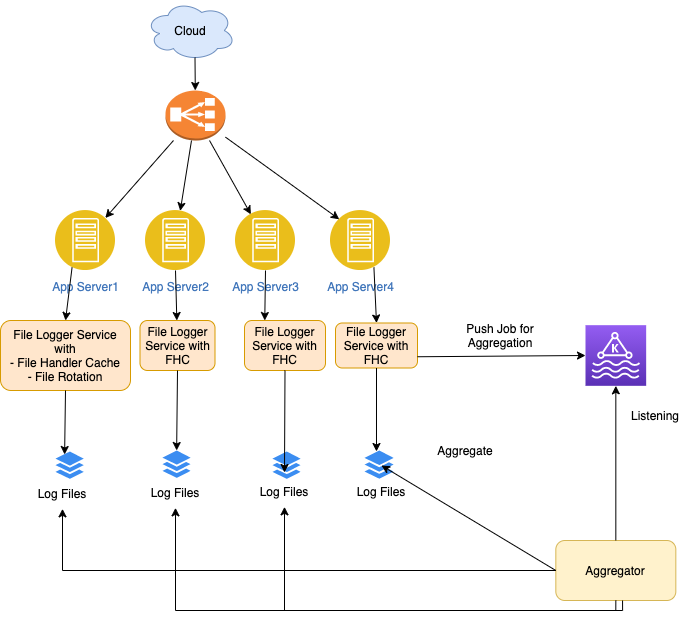
Anshul619/HLD-System-Designs keeps this draw.io diagram as src/LoggingSolution/Logging-File-Aggregation.drawio.png. Above is the earlier version. Source tidied: cells renumbered, new cells last; positions are measured from the earlier drawing's top-left corner, leaving out a move shared by most shapes.
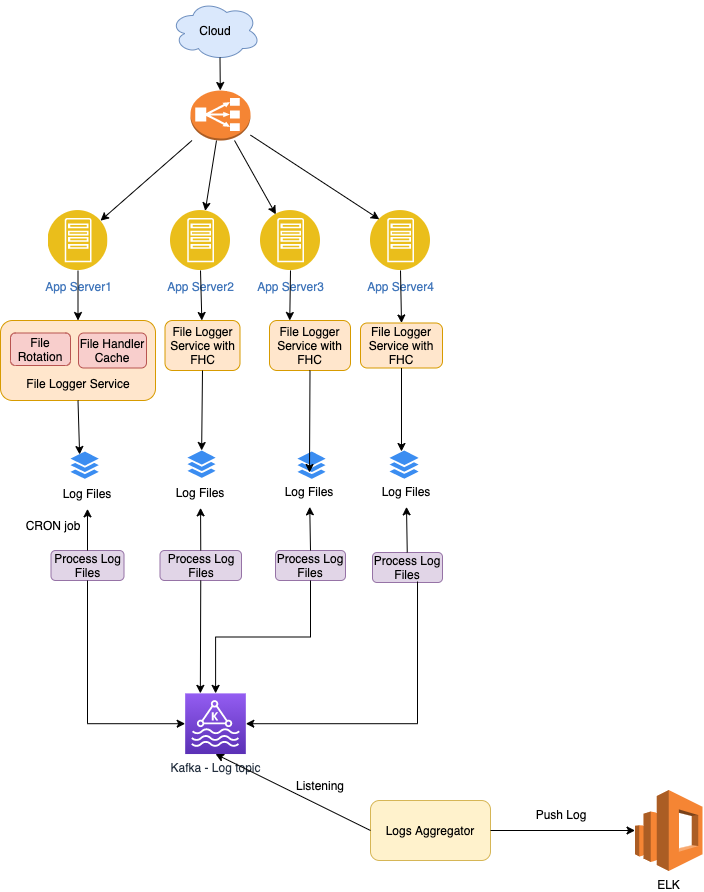
The same diagram one commit later.

Commit message:
Logging File Aggregation

What changed in the source:
```diff
@@ -3,7 +3,7 @@
     <mxCell id="0" />
     <mxCell id="1" parent="0" />
     <mxCell id="2" value="App Server1" style="perimeter=ellipsePerimeter;html=1;align=center;shadow=0;dashed=0;fontColor=#4277BB;labelBackgroundColor=#ffffff;fontSize=12;spacingTop=3;image;image=img/lib/ibm/applications/app_server.svg;" parent="1" vertex="1">
-      <mxGeometry x="55" y="210" width="60" height="60" as="geometry" />
+      <mxGeometry x="22.5" y="210" width="60" height="60" as="geometry" />
     </mxCell>
     <mxCell id="3" style="endArrow=classic;html=1;rounded=0;" parent="1" edge="1" source="10" target="2">
       <mxGeometry relative="1" as="geometry" />
@@ -15,7 +15,7 @@
       <mxGeometry x="235" y="210" width="60" height="60" as="geometry" />
     </mxCell>
     <mxCell id="6" value="App Server4" style="perimeter=ellipsePerimeter;html=1;align=center;shadow=0;dashed=0;fontColor=#4277BB;labelBackgroundColor=#ffffff;fontSize=12;spacingTop=3;image;image=img/lib/ibm/applications/app_server.svg;" parent="1" vertex="1">
-      <mxGeometry x="330" y="210" width="60" height="60" as="geometry" />
+      <mxGeometry x="345" y="210" width="60" height="60" as="geometry" />
     </mxCell>
     <mxCell id="7" style="endArrow=classic;html=1;rounded=0;" parent="1" edge="1" source="10" target="4">
       <mxGeometry relative="1" as="geometry" />
@@ -36,7 +36,7 @@
       <mxGeometry relative="1" as="geometry" />
     </mxCell>
     <mxCell id="13" style="sketch=0;html=1;strokeColor=none;shadow=0;align=center;verticalAlign=top;fillColor=#3B8DF1;shape=mxgraph.gcp2.files;" parent="1" vertex="1">
-      <mxGeometry x="55" y="451" width="28.2" height="27.3" as="geometry" />
+      <mxGeometry x="45" y="451" width="28.2" height="27.3" as="geometry" />
     </mxCell>
     <mxCell id="14" value="Log Files" style="text;html=1;strokeColor=none;fillColor=none;align=center;verticalAlign=middle;whiteSpace=wrap;rounded=0;" parent="1" vertex="1">
       <mxGeometry x="32" y="478.3" width="60" height="30" as="geometry" />
@@ -59,11 +59,11 @@
     <mxCell id="20" value="Log Files" style="text;html=1;strokeColor=none;fillColor=none;align=center;verticalAlign=middle;whiteSpace=wrap;rounded=0;" parent="1" vertex="1">
       <mxGeometry x="351" y="476.3" width="60" height="30" as="geometry" />
     </mxCell>
-    <mxCell id="21" style="sketch=0;points=[[0,0,0],[0.25,0,0],[0.5,0,0],[0.75,0,0],[1,0,0],[0,1,0],[0.25,1,0],[0.5,1,0],[0.75,1,0],[1,1,0],[0,0.25,0],[0,0.5,0],[0,0.75,0],[1,0.25,0],[1,0.5,0],[1,0.75,0]];outlineConnect=0;fontColor=#232F3E;gradientColor=#945DF2;gradientDirection=north;fillColor=#5A30B5;strokeColor=#ffffff;dashed=0;verticalLabelPosition=bottom;verticalAlign=top;align=center;html=1;fontSize=12;fontStyle=0;shape=mxgraph.aws4.resourceIcon;resIcon=mxgraph.aws4.managed_streaming_for_kafka;" parent="1" vertex="1">
-      <mxGeometry x="585" y="324.7" width="60.7" height="60.7" as="geometry" />
+    <mxCell id="21" value="Kafka - Log topic" style="sketch=0;points=[[0,0,0],[0.25,0,0],[0.5,0,0],[0.75,0,0],[1,0,0],[0,1,0],[0.25,1,0],[0.5,1,0],[0.75,1,0],[1,1,0],[0,0.25,0],[0,0.5,0],[0,0.75,0],[1,0.25,0],[1,0.5,0],[1,0.75,0]];outlineConnect=0;fontColor=#232F3E;gradientColor=#945DF2;gradientDirection=north;fillColor=#5A30B5;strokeColor=#ffffff;dashed=0;verticalLabelPosition=bottom;verticalAlign=top;align=center;html=1;fontSize=12;fontStyle=0;shape=mxgraph.aws4.resourceIcon;resIcon=mxgraph.aws4.managed_streaming_for_kafka;" parent="1" vertex="1">
+      <mxGeometry x="159.7" y="692.9" width="60.7" height="60.7" as="geometry" />
     </mxCell>
-    <mxCell id="22" value="File Logger Service with&lt;br&gt;- File Handler Cache&lt;br&gt;- File Rotation" style="rounded=1;whiteSpace=wrap;html=1;fillColor=#ffe6cc;strokeColor=#d79b00;" parent="1" vertex="1">
-      <mxGeometry y="320" width="130" height="70" as="geometry" />
+    <mxCell id="22" style="rounded=1;whiteSpace=wrap;html=1;fillColor=#ffe6cc;strokeColor=#d79b00;" parent="1" vertex="1">
+      <mxGeometry x="-25" y="320" width="155" height="80" as="geometry" />
     </mxCell>
     <mxCell id="23" value="File Logger Service with FHC" style="rounded=1;whiteSpace=wrap;html=1;fillColor=#ffe6cc;strokeColor=#d79b00;" parent="1" vertex="1">
       <mxGeometry x="139.5" y="320" width="75" height="50" as="geometry" />
@@ -74,7 +74,7 @@
     <mxCell id="25" value="File Logger Service with FHC" style="rounded=1;whiteSpace=wrap;html=1;fillColor=#ffe6cc;strokeColor=#d79b00;" parent="1" vertex="1">
       <mxGeometry x="335" y="322.5" width="82" height="45" as="geometry" />
     </mxCell>
-    <mxCell id="26" style="endArrow=classic;html=1;rounded=0;exitX=0.25;exitY=1;exitDx=0;exitDy=0;entryX=0.5;entryY=0;entryDx=0;entryDy=0;" parent="1" edge="1" source="2" target="22">
+    <mxCell id="26" style="endArrow=classic;html=1;rounded=0;entryX=0.5;entryY=0;entryDx=0;entryDy=0;" parent="1" edge="1" source="2" target="22">
       <mxGeometry relative="1" as="geometry" />
     </mxCell>
     <mxCell id="27" style="endArrow=classic;html=1;rounded=0;exitX=0.5;exitY=1;exitDx=0;exitDy=0;" parent="1" edge="1" source="4" target="23">
@@ -83,7 +83,7 @@
     <mxCell id="28" style="endArrow=classic;html=1;rounded=0;exitX=0.5;exitY=1;exitDx=0;exitDy=0;entryX=0.25;entryY=0;entryDx=0;entryDy=0;" parent="1" edge="1" source="5" target="24">
       <mxGeometry relative="1" as="geometry" />
     </mxCell>
-    <mxCell id="29" style="endArrow=classic;html=1;rounded=0;exitX=0.75;exitY=1;exitDx=0;exitDy=0;entryX=0.5;entryY=0;entryDx=0;entryDy=0;" parent="1" edge="1" source="6" target="25">
+    <mxCell id="29" style="endArrow=classic;html=1;rounded=0;exitX=0.5;exitY=1;exitDx=0;exitDy=0;entryX=0.5;entryY=0;entryDx=0;entryDy=0;" parent="1" edge="1" source="6" target="25">
       <mxGeometry relative="1" as="geometry" />
     </mxCell>
     <mxCell id="30" style="endArrow=classic;html=1;rounded=0;exitX=0.5;exitY=1;exitDx=0;exitDy=0;entryX=0.323;entryY=0.11;entryDx=0;entryDy=0;entryPerimeter=0;" parent="1" edge="1" source="22" target="13">
@@ -98,35 +98,71 @@
     <mxCell id="33" style="endArrow=classic;html=1;rounded=0;exitX=0.5;exitY=1;exitDx=0;exitDy=0;entryX=0.412;entryY=0.035;entryDx=0;entryDy=0;entryPerimeter=0;" parent="1" edge="1" source="25" target="19">
       <mxGeometry relative="1" as="geometry" />
     </mxCell>
-    <mxCell id="34" style="endArrow=classic;html=1;rounded=0;exitX=1;exitY=0.75;exitDx=0;exitDy=0;entryX=0;entryY=0.5;entryDx=0;entryDy=0;entryPerimeter=0;" parent="1" edge="1" source="25" target="21">
-      <mxGeometry relative="1" as="geometry" />
-    </mxCell>
-    <mxCell id="35" value="Push Job for Aggregation" style="text;html=1;strokeColor=none;fillColor=none;align=center;verticalAlign=middle;whiteSpace=wrap;rounded=0;" parent="1" vertex="1">
-      <mxGeometry x="455" y="310" width="90" height="50" as="geometry" />
-    </mxCell>
-    <mxCell id="36" value="Aggregator" style="rounded=1;whiteSpace=wrap;html=1;fillColor=#fff2cc;strokeColor=#d6b656;" parent="1" vertex="1">
-      <mxGeometry x="555.3" y="540" width="120" height="60" as="geometry" />
+    <mxCell id="36" value="Logs Aggregator" style="rounded=1;whiteSpace=wrap;html=1;fillColor=#fff2cc;strokeColor=#d6b656;" parent="1" vertex="1">
+      <mxGeometry x="345" y="800" width="120" height="60" as="geometry" />
     </mxCell>
+    <mxCell id="44" value="File Rotation" style="rounded=1;whiteSpace=wrap;html=1;fillColor=#f8cecc;strokeColor=#b85450;" parent="1" vertex="1">
+      <mxGeometry x="-15" y="332.5" width="60" height="32.5" as="geometry" />
+    </mxCell>
+    <mxCell id="45" value="File Handler Cache" style="rounded=1;whiteSpace=wrap;html=1;fillColor=#f8cecc;strokeColor=#b85450;" parent="1" vertex="1">
+      <mxGeometry x="53" y="332.5" width="68" height="35" as="geometry" />
+    </mxCell>
+    <mxCell id="46" value="File Logger Service" style="text;html=1;strokeColor=none;fillColor=none;align=center;verticalAlign=middle;whiteSpace=wrap;rounded=0;" parent="1" vertex="1">
+      <mxGeometry x="-2.5" y="367.5" width="110" height="30" as="geometry" />
+    </mxCell>
+    <mxCell id="47" value="Process Log Files" style="rounded=1;whiteSpace=wrap;html=1;fillColor=#e1d5e7;strokeColor=#9673a6;" parent="1" vertex="1">
+      <mxGeometry x="25.5" y="550" width="73" height="30" as="geometry" />
+    </mxCell>
+    <mxCell id="48" style="endArrow=classic;html=1;rounded=0;exitX=0.5;exitY=0;exitDx=0;exitDy=0;" parent="1" edge="1" source="47" target="14">
+      <mxGeometry relative="1" as="geometry" />
+    </mxCell>
+    <mxCell id="49" value="Process Log Files" style="rounded=1;whiteSpace=wrap;html=1;fillColor=#e1d5e7;strokeColor=#9673a6;" parent="1" vertex="1">
+      <mxGeometry x="134.5" y="550" width="81.5" height="30" as="geometry" />
+    </mxCell>
+    <mxCell id="50" value="Process Log Files" style="rounded=1;whiteSpace=wrap;html=1;fillColor=#e1d5e7;strokeColor=#9673a6;" parent="1" vertex="1">
+      <mxGeometry x="250" y="550" width="70" height="30" as="geometry" />
+    </mxCell>
+    <mxCell id="51" style="endArrow=classic;html=1;rounded=0;exitX=0.5;exitY=0;exitDx=0;exitDy=0;" parent="1" edge="1" source="49" target="16">
+      <mxGeometry relative="1" as="geometry" />
+    </mxCell>
+    <mxCell id="52" style="endArrow=classic;html=1;rounded=0;exitX=0.5;exitY=0;exitDx=0;exitDy=0;" parent="1" edge="1" source="50" target="18">
+      <mxGeometry relative="1" as="geometry" />
+    </mxCell>
+    <mxCell id="53" value="CRON job" style="text;html=1;strokeColor=none;fillColor=none;align=center;verticalAlign=middle;whiteSpace=wrap;rounded=0;" parent="1" vertex="1">
+      <mxGeometry x="-2.5" y="510" width="60" height="30" as="geometry" />
+    </mxCell>
+    <mxCell id="54" value="Process Log Files" style="rounded=1;whiteSpace=wrap;html=1;fillColor=#e1d5e7;strokeColor=#9673a6;" parent="1" vertex="1">
+      <mxGeometry x="347" y="552" width="70" height="30" as="geometry" />
+    </mxCell>
+    <mxCell id="55" style="endArrow=classic;html=1;rounded=0;entryX=0.5;entryY=1;entryDx=0;entryDy=0;" parent="1" edge="1" source="54" target="20">
+      <mxGeometry relative="1" as="geometry" />
+    </mxCell>
+    <mxCell id="56" style="endArrow=classic;html=1;rounded=0;exitX=0.5;exitY=1;exitDx=0;exitDy=0;entryX=0;entryY=0.5;entryDx=0;entryDy=0;entryPerimeter=0;edgeStyle=orthogonalEdgeStyle;" parent="1" edge="1" source="47" target="21">
+      <mxGeometry relative="1" as="geometry" />
+    </mxCell>
+    <mxCell id="57" style="endArrow=classic;html=1;rounded=0;exitX=0.5;exitY=1;exitDx=0;exitDy=0;entryX=0.25;entryY=0;entryDx=0;entryDy=0;entryPerimeter=0;" parent="1" edge="1" source="49" target="21">
+      <mxGeometry relative="1" as="geometry" />
+    </mxCell>
+    <mxCell id="58" style="endArrow=classic;html=1;rounded=0;exitX=0.5;exitY=1;exitDx=0;exitDy=0;edgeStyle=orthogonalEdgeStyle;" parent="1" edge="1" source="50" target="21">
+      <mxGeometry relative="1" as="geometry" />
+    </mxCell>
+    <mxCell id="59" style="endArrow=classic;html=1;rounded=0;exitX=0.643;exitY=0.967;exitDx=0;exitDy=0;exitPerimeter=0;edgeStyle=orthogonalEdgeStyle;entryX=1;entryY=0.5;entryDx=0;entryDy=0;entryPerimeter=0;" parent="1" edge="1" source="54" target="21">
+      <mxGeometry relative="1" as="geometry" />
+    </mxCell>
-    <mxCell id="37" style="endArrow=classic;html=1;rounded=0;exitX=0.5;exitY=0;exitDx=0;exitDy=0;" parent="1" edge="1" source="36" target="21">
+    <mxCell id="37" style="endArrow=classic;html=1;rounded=0;exitX=0;exitY=0.5;exitDx=0;exitDy=0;entryX=0.5;entryY=1;entryDx=0;entryDy=0;entryPerimeter=0;" parent="1" edge="1" source="36" target="21">
       <mxGeometry relative="1" as="geometry" />
     </mxCell>
     <mxCell id="38" value="Listening" style="text;html=1;strokeColor=none;fillColor=none;align=center;verticalAlign=middle;whiteSpace=wrap;rounded=0;" parent="1" vertex="1">
-      <mxGeometry x="625" y="400" width="60" height="30" as="geometry" />
+      <mxGeometry x="265" y="770" width="60" height="30" as="geometry" />
     </mxCell>
-    <mxCell id="39" style="endArrow=classic;html=1;rounded=0;exitX=0;exitY=0.5;exitDx=0;exitDy=0;entryX=0.584;entryY=0.532;entryDx=0;entryDy=0;entryPerimeter=0;" parent="1" edge="1" source="36" target="19">
-      <mxGeometry relative="1" as="geometry" />
-    </mxCell>
-    <mxCell id="40" value="Aggregate" style="text;html=1;strokeColor=none;fillColor=none;align=center;verticalAlign=middle;whiteSpace=wrap;rounded=0;" parent="1" vertex="1">
-      <mxGeometry x="435" y="434.7" width="60" height="30" as="geometry" />
-    </mxCell>
-    <mxCell id="41" style="endArrow=classic;html=1;rounded=0;exitX=0.5;exitY=1;exitDx=0;exitDy=0;edgeStyle=orthogonalEdgeStyle;" parent="1" edge="1" source="36" target="18">
-      <mxGeometry relative="1" as="geometry" />
-    </mxCell>
-    <mxCell id="42" style="endArrow=classic;html=1;rounded=0;exitX=0.556;exitY=1;exitDx=0;exitDy=0;edgeStyle=orthogonalEdgeStyle;exitPerimeter=0;" parent="1" edge="1" source="36" target="16">
-      <mxGeometry relative="1" as="geometry" />
-    </mxCell>
-    <mxCell id="43" style="endArrow=classic;html=1;rounded=0;edgeStyle=orthogonalEdgeStyle;" parent="1" edge="1" source="36" target="14">
-      <mxGeometry relative="1" as="geometry" />
-    </mxCell>
+    <mxCell id="60" value="ELK" style="outlineConnect=0;dashed=0;verticalLabelPosition=bottom;verticalAlign=top;align=center;html=1;shape=mxgraph.aws3.elasticsearch_service;fillColor=#F58534;gradientColor=none;" parent="1" vertex="1">
+      <mxGeometry x="609.5" y="789.5" width="67.5" height="81" as="geometry" />
+    </mxCell>
+    <mxCell id="61" style="endArrow=classic;html=1;rounded=0;exitX=1;exitY=0.5;exitDx=0;exitDy=0;entryX=0;entryY=0.5;entryDx=0;entryDy=0;entryPerimeter=0;" parent="1" edge="1" source="36" target="60">
+      <mxGeometry relative="1" as="geometry" />
+    </mxCell>
+    <mxCell id="62" value="Push Log" style="text;html=1;strokeColor=none;fillColor=none;align=center;verticalAlign=middle;whiteSpace=wrap;rounded=0;" parent="1" vertex="1">
+      <mxGeometry x="506" y="798.5" width="60" height="30" as="geometry" />
+    </mxCell>
   </root>
 </mxGraphModel>
```
